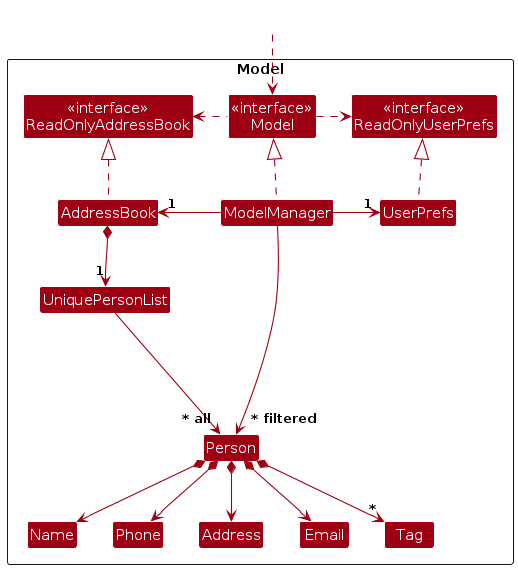
This is diagrams/ModelClassDiagram.png from AY2627S1-CS2103T-W14-1/tp, a PlantUML export, as it was before one commit. Its source is kept beside it as diagrams/ModelClassDiagram.puml. Its diagram source:
```plantuml
@startuml
!include style.puml
skinparam arrowThickness 1.1
skinparam arrowColor MODEL_COLOR
skinparam classBackgroundColor MODEL_COLOR

Package Model as ModelPackage <<Rectangle>>{
Class "<<interface>>\nReadOnlyAddressBook" as ReadOnlyAddressBook
Class "<<interface>>\nReadOnlyUserPrefs" as ReadOnlyUserPrefs
Class "<<interface>>\nModel" as Model
Class AddressBook
Class ModelManager
Class UserPrefs

Class UniquePersonList
Class Person
Class Address
Class Email
Class Name
Class Phone
Class Tag

Class I #FFFFFF
}

Class HiddenOutside #FFFFFF
HiddenOutside ..> Model

AddressBook .up.|> ReadOnlyAddressBook

ModelManager .up.|> Model
Model .right.> ReadOnlyUserPrefs
Model .left.> ReadOnlyAddressBook
ModelManager -left-> "1" AddressBook
ModelManager -right-> "1" UserPrefs
UserPrefs .up.|> ReadOnlyUserPrefs

AddressBook *--> "1" UniquePersonList
UniquePersonList --> "~* all" Person
Person *--> Name
Person *--> Phone
Person *--> Email
Person *--> Address
Person *--> "*" Tag

Person -[hidden]up--> I
UniquePersonList -[hidden]right-> I

Name -[hidden]right-> Phone
Phone -[hidden]right-> Address
Address -[hidden]right-> Email

ModelManager --> "~* filtered" Person
@enduml
```
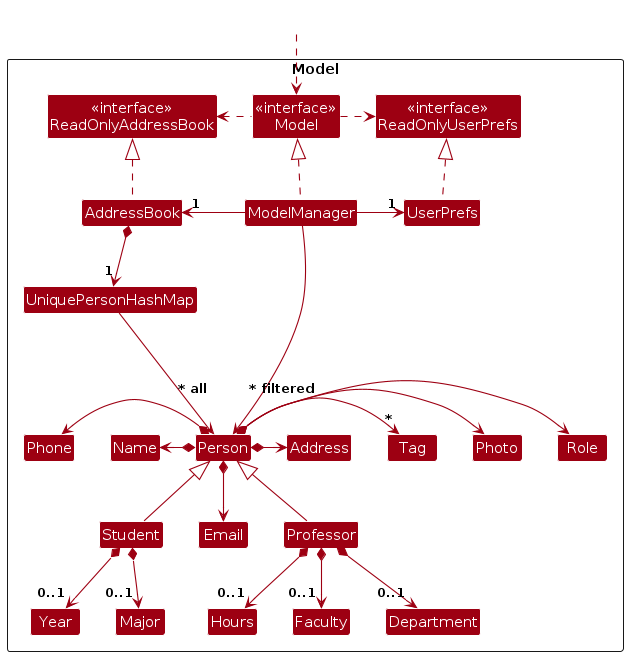
Later version of the same file.

Diff of the diagram source:
```diff
@@ -12,13 +12,22 @@
 Class ModelManager
 Class UserPrefs
 
-Class UniquePersonList
+Class UniquePersonHashMap
 Class Person
+Class Student
+Class Professor
 Class Address
 Class Email
 Class Name
 Class Phone
+Class Role
+Class Photo
 Class Tag
+Class Major
+Class Year
+Class Faculty
+Class Department
+Class Hours
 
 Class I #FFFFFF
 }
@@ -35,20 +44,34 @@
 ModelManager -right-> "1" UserPrefs
 UserPrefs .up.|> ReadOnlyUserPrefs
 
-AddressBook *--> "1" UniquePersonList
-UniquePersonList --> "~* all" Person
-Person *--> Name
-Person *--> Phone
+AddressBook *--> "1" UniquePersonHashMap
+UniquePersonHashMap --> " ~* all\n\n" Person
+ModelManager --> " ~* filtered\n\n" Person
+
+Student -up-|> Person
+Professor -up-|> Person
+
+Person *-left-> Phone
+Person *-left-> Name
+
 Person *--> Email
-Person *--> Address
-Person *--> "*" Tag
+
+Person *-right-> Address
+Person *-right-> Role
+Person *-right-> Photo
+Person *-right-> "*" Tag
+
+Student *--> "0..1" Major
+Student *--> "0..1" Year
+
+Professor *--> "0..1" Faculty
+Professor *--> "0..1" Department
+Professor *--> "0..1" Hours
 
 Person -[hidden]up--> I
-UniquePersonList -[hidden]right-> I
+UniquePersonHashMap -[hidden]right-> I
 
-Name -[hidden]right-> Phone
-Phone -[hidden]right-> Address
-Address -[hidden]right-> Email
+Student -[hidden]right-> Email
+Email -[hidden]right-> Professor
 
-ModelManager --> "~* filtered" Person
 @enduml
```
